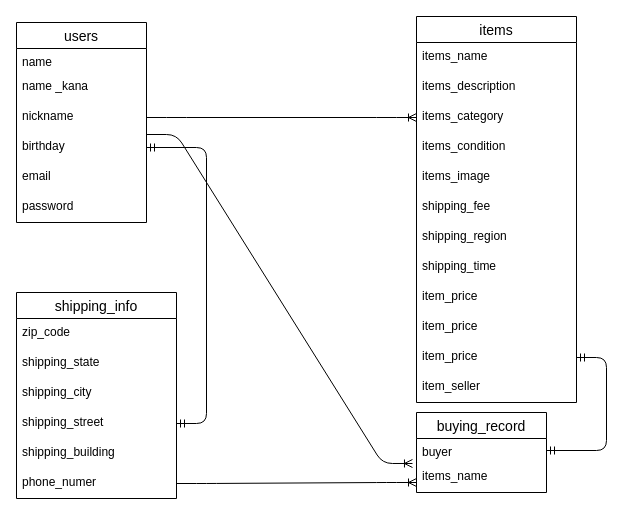
Before: furima-38956.dio in ayapeco/furima-38956, a draw.io diagram. Source tidied: cells renumbered, new cells numbered last; positions are measured from the earlier drawing's top-left corner, leaving out a move shared by most shapes. Both pictures are drawn from the tidied source at 100%, with x=0, y=0 at pixel (16, 16).
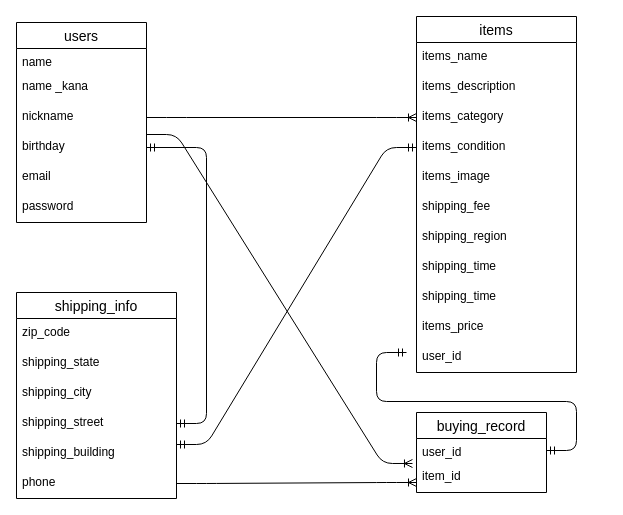
The same page after the edit.

Unchanged cells that the change refers to:
```xml
<mxCell id="9" value="buying_record" style="swimlane;fontStyle=0;horizontal=1;startSize=26;align=center;fontSize=14;" parent="1" vertex="1">
  <mxGeometry x="400" y="396" width="130" height="80" as="geometry" />
</mxCell>
<mxCell id="16" value="items_condition" style="text;strokeColor=none;fillColor=none;spacingLeft=4;spacingRight=4;overflow=hidden;points=[[0,0.5],[1,0.5]];portConstraint=eastwest;fontSize=12;" parent="12" vertex="1">
  <mxGeometry y="116" width="160" height="30" as="geometry" />
</mxCell>
<mxCell id="17" value="items_image" style="text;strokeColor=none;fillColor=none;spacingLeft=4;spacingRight=4;overflow=hidden;points=[[0,0.5],[1,0.5]];portConstraint=eastwest;fontSize=12;" parent="12" vertex="1">
  <mxGeometry y="146" width="160" height="30" as="geometry" />
</mxCell>
<mxCell id="25" value="shipping_info" style="swimlane;fontStyle=0;horizontal=1;startSize=26;align=center;fontSize=14;" parent="1" vertex="1">
  <mxGeometry y="276" width="160" height="206" as="geometry" />
</mxCell>
<mxCell id="30" value="shipping_building" style="text;strokeColor=none;fillColor=none;spacingLeft=4;spacingRight=4;overflow=hidden;points=[[0,0.5],[1,0.5]];portConstraint=eastwest;fontSize=12;" parent="25" vertex="1">
  <mxGeometry y="146" width="160" height="30" as="geometry" />
</mxCell>
```

The edit, as a diff of the source:
```diff
@@
-    <mxCell id="10" value="buyer&#10;" style="text;strokeColor=none;fillColor=none;spacingLeft=4;spacingRight=4;overflow=hidden;points=[[0,0.5],[1,0.5]];portConstraint=eastwest;fontSize=12;" parent="9" vertex="1">
+    <mxCell id="10" value="user_id" style="text;strokeColor=none;fillColor=none;spacingLeft=4;spacingRight=4;overflow=hidden;points=[[0,0.5],[1,0.5]];portConstraint=eastwest;fontSize=12;" parent="9" vertex="1">
       <mxGeometry y="26" width="130" height="24" as="geometry" />
     </mxCell>
-    <mxCell id="11" value="items_name" style="text;strokeColor=none;fillColor=none;spacingLeft=4;spacingRight=4;overflow=hidden;points=[[0,0.5],[1,0.5]];portConstraint=eastwest;fontSize=12;" parent="9" vertex="1">
+    <mxCell id="11" value="item_id" style="text;strokeColor=none;fillColor=none;spacingLeft=4;spacingRight=4;overflow=hidden;points=[[0,0.5],[1,0.5]];portConstraint=eastwest;fontSize=12;" parent="9" vertex="1">
       <mxGeometry y="50" width="130" height="30" as="geometry" />
     </mxCell>
     <mxCell id="12" value="items" style="swimlane;fontStyle=0;horizontal=1;startSize=26;align=center;fontSize=14;" parent="1" vertex="1">
-      <mxGeometry x="400" width="160" height="386" as="geometry" />
+      <mxGeometry x="400" width="160" height="356" as="geometry" />
     </mxCell>
@@
+    <mxCell id="37" style="edgeStyle=none;html=1;" parent="12" edge="1" source="17" target="16">
+      <mxGeometry relative="1" as="geometry" />
+    </mxCell>
@@
+    <mxCell id="38" value="shipping_time" style="text;strokeColor=none;fillColor=none;spacingLeft=4;spacingRight=4;overflow=hidden;fontSize=12;" parent="12" vertex="1">
+      <mxGeometry y="236" width="160" height="30" as="geometry" />
+    </mxCell>
     <mxCell id="20" value="shipping_time" style="text;strokeColor=none;fillColor=none;spacingLeft=4;spacingRight=4;overflow=hidden;fontSize=12;" parent="12" vertex="1">
-      <mxGeometry y="236" width="160" height="30" as="geometry" />
+      <mxGeometry y="266" width="160" height="30" as="geometry" />
     </mxCell>
-    <mxCell id="21" value="item_price" style="text;strokeColor=none;fillColor=none;spacingLeft=4;spacingRight=4;overflow=hidden;fontSize=12;" parent="12" vertex="1">
-      <mxGeometry y="266" width="160" height="30" as="geometry" />
+    <mxCell id="21" value="items_price" style="text;strokeColor=none;fillColor=none;spacingLeft=4;spacingRight=4;overflow=hidden;fontSize=12;" parent="12" vertex="1">
+      <mxGeometry y="296" width="160" height="30" as="geometry" />
     </mxCell>
-    <mxCell id="22" value="item_price" style="text;strokeColor=none;fillColor=none;spacingLeft=4;spacingRight=4;overflow=hidden;fontSize=12;" parent="12" vertex="1">
-      <mxGeometry y="296" width="160" height="30" as="geometry" />
-    </mxCell>
-    <mxCell id="23" value="item_price" style="text;strokeColor=none;fillColor=none;spacingLeft=4;spacingRight=4;overflow=hidden;points=[[0,0.5],[1,0.5]];portConstraint=eastwest;fontSize=12;" parent="12" vertex="1">
-      <mxGeometry y="326" width="160" height="30" as="geometry" />
-    </mxCell>
-    <mxCell id="24" value="item_seller" style="text;strokeColor=none;fillColor=none;spacingLeft=4;spacingRight=4;overflow=hidden;fontSize=12;" parent="12" vertex="1">
-      <mxGeometry y="356" width="160" height="30" as="geometry" />
+    <mxCell id="24" value="user_id" style="text;strokeColor=none;fillColor=none;spacingLeft=4;spacingRight=4;overflow=hidden;fontSize=12;" parent="12" vertex="1">
+      <mxGeometry y="326" width="160" height="30" as="geometry" />
     </mxCell>
@@
-    <mxCell id="31" value="phone_numer" style="text;strokeColor=none;fillColor=none;spacingLeft=4;spacingRight=4;overflow=hidden;points=[[0,0.5],[1,0.5]];portConstraint=eastwest;fontSize=12;" parent="25" vertex="1">
+    <mxCell id="31" value="phone" style="text;strokeColor=none;fillColor=none;spacingLeft=4;spacingRight=4;overflow=hidden;points=[[0,0.5],[1,0.5]];portConstraint=eastwest;fontSize=12;" parent="25" vertex="1">
       <mxGeometry y="176" width="160" height="30" as="geometry" />
     </mxCell>
@@
-    <mxCell id="34" style="edgeStyle=entityRelationEdgeStyle;fontSize=12;html=1;endArrow=ERmandOne;startArrow=ERmandOne;exitX=1;exitY=0.5;exitDx=0;exitDy=0;" parent="1" edge="1" source="10" target="23">
-      <mxGeometry relative="1" as="geometry" />
+    <mxCell id="34" style="edgeStyle=entityRelationEdgeStyle;fontSize=12;html=1;endArrow=ERmandOne;startArrow=ERmandOne;" parent="1" edge="1">
+      <mxGeometry relative="1" as="geometry">
+        <mxPoint x="530" y="434" as="sourcePoint" />
+        <mxPoint x="390" y="336" as="targetPoint" />
+      </mxGeometry>
     </mxCell>
@@
+    <mxCell id="39" style="edgeStyle=entityRelationEdgeStyle;fontSize=12;html=1;endArrow=ERmandOne;startArrow=ERmandOne;exitX=1;exitY=0.2;exitDx=0;exitDy=0;exitPerimeter=0;entryX=0;entryY=0.5;entryDx=0;entryDy=0;" parent="1" edge="1" source="30" target="16">
+      <mxGeometry relative="1" as="geometry" />
+    </mxCell>
```
